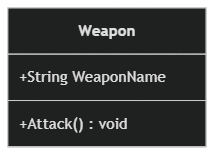
Earlier version of the Mermaid export MERMAID/IMAGE/CSharp_13_HW_Q2.png (HKHorazon/Slide1142). Its source is kept beside it as MERMAID/MD/CSharp_13_HW_Q2.mmd. Its diagram source:
```mermaid
classDiagram
    class Weapon {
        +String WeaponName
        +Attack() void
    }
```
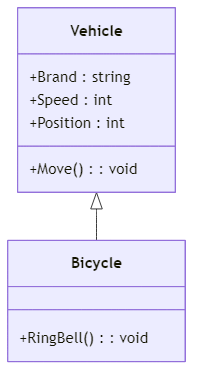
Later version of the same file.

The edit, as a diff of the source:
```diff
@@ -1,5 +1,11 @@
 classDiagram
-    class Weapon {
-        +String WeaponName
-        +Attack() void
+    class Vehicle {
+        +Brand : string
+        +Speed : int
+        +Position : int
+        +Move() : void
     }
+    class Bicycle {
+        +RingBell() : void
+    }
+    Vehicle <|-- Bicycle
```
